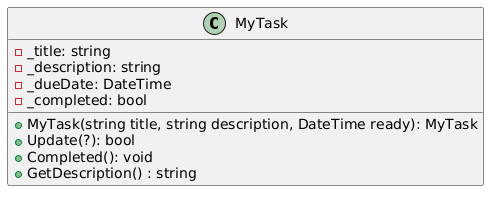
Earlier version of the PlantUML export src/assets/img/kmom05/classdiagramMyTask.png (bth-csharp/website). The source it was exported from:
```plantuml
@startuml
class MyTask
{
    - _title: string
    - _description: string
    - _dueDate: DateTime
    - _completed: bool

    + MyTask(string title, string description, DateTime ready): MyTask
    + Update(?): bool
    + Completed(): void
    + GetDescription() : string
}
@enduml
```
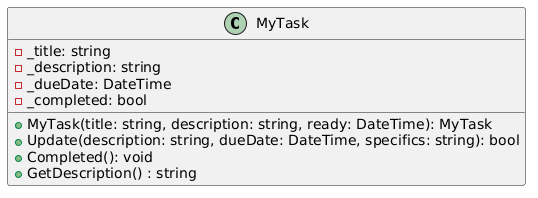
Later version of the same file.

Commit message:
Update kmom05 task with MyTask and subclasses

The edit, as a diff of the source:
```diff
@@ -6,8 +6,8 @@
     - _dueDate: DateTime
     - _completed: bool
 
-    + MyTask(string title, string description, DateTime ready): MyTask
-    + Update(?): bool
+    + MyTask(title: string, description: string, ready: DateTime): MyTask
+    + Update(description: string, dueDate: DateTime, specifics: string): bool
     + Completed(): void
     + GetDescription() : string
 }
```
